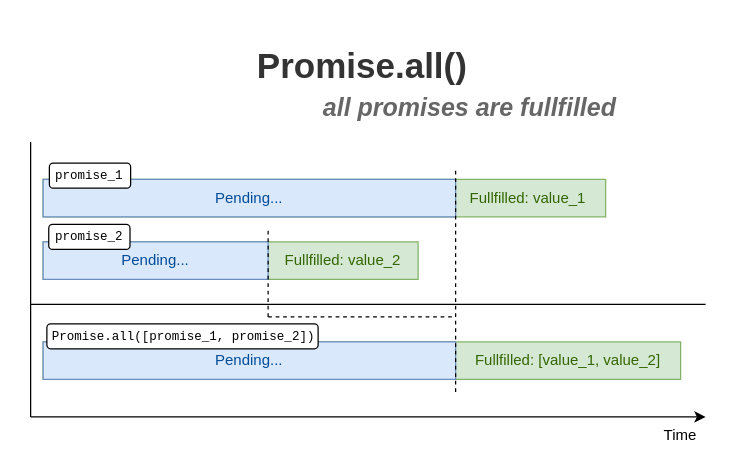
This is page "Resolved" (1 of 2) of content/posts/140-promise/diagrams/diagram.drawio from panzerdp/dmitripavlutin.com, a draw.io file, before an edit. Source tidied: cells renumbered, new cells numbered last; positions are measured from the earlier drawing's top-left corner, leaving out a move shared by most shapes. Both pictures are drawn from the tidied source at 125%, with x=0, y=0 at pixel (30, 21).
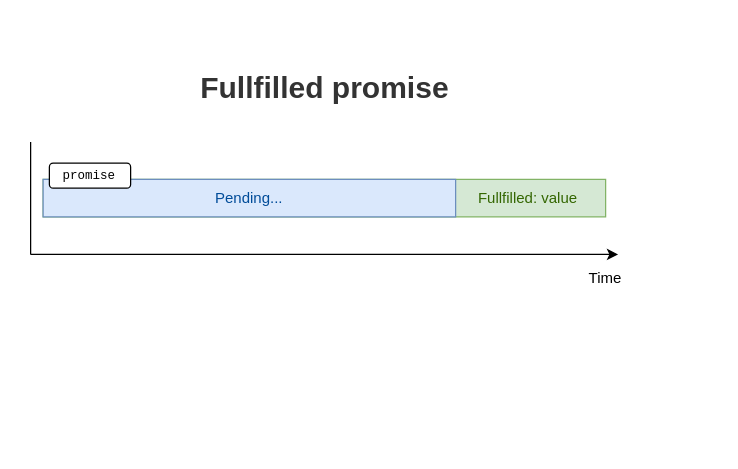
Above is the later version.

Commit message (it also covers changes not shown here):
Post promise: promise status pictures

Diff of the diagram source:
```diff
@@
-    <mxCell id="3" style="rounded=0;whiteSpace=wrap;html=1;fillColor=#d5e8d4;strokeColor=#82b366;" parent="1" vertex="1">
-      <mxGeometry x="10" y="176" width="300" height="30" as="geometry" />
-    </mxCell>
-    <mxCell id="4" value="Promise.all()" style="text;strokeColor=none;fillColor=none;html=1;fontSize=28;fontStyle=1;verticalAlign=middle;align=center;fontColor=#333333;" parent="1" vertex="1">
-      <mxGeometry x="150" width="230" height="70" as="geometry" />
+    <mxCell id="4" value="Fullfilled promise" style="text;strokeColor=none;fillColor=none;html=1;fontSize=24;fontStyle=1;verticalAlign=middle;align=center;fontColor=#333333;" parent="1" vertex="1">
+      <mxGeometry x="120" y="18" width="230" height="70" as="geometry" />
     </mxCell>
     <mxCell id="5" style="endArrow=classic;html=1;" parent="1" edge="1">
       <mxGeometry relative="1" as="geometry">
-        <mxPoint y="316" as="sourcePoint" />
-        <mxPoint x="540" y="316" as="targetPoint" />
+        <mxPoint y="186" as="sourcePoint" />
+        <mxPoint x="470" y="186" as="targetPoint" />
       </mxGeometry>
     </mxCell>
     <mxCell id="6" style="endArrow=none;html=1;" parent="1" edge="1">
       <mxGeometry relative="1" as="geometry">
-        <mxPoint y="316" as="sourcePoint" />
+        <mxPoint y="186" as="sourcePoint" />
         <mxPoint y="96" as="targetPoint" />
       </mxGeometry>
     </mxCell>
     <mxCell id="7" value="Time" style="text;html=1;strokeColor=none;fillColor=none;align=center;verticalAlign=middle;whiteSpace=wrap;rounded=0;" parent="1" vertex="1">
-      <mxGeometry x="500" y="321" width="40" height="20" as="geometry" />
+      <mxGeometry x="440" y="195" width="40" height="20" as="geometry" />
     </mxCell>
-    <mxCell id="8" style="endArrow=none;html=1;" parent="1" edge="1">
-      <mxGeometry relative="1" as="geometry">
-        <mxPoint y="226" as="sourcePoint" />
-        <mxPoint x="540" y="226" as="targetPoint" />
-      </mxGeometry>
-    </mxCell>
@@
-    <mxCell id="11" style="rounded=0;whiteSpace=wrap;html=1;fillColor=#dae8fc;strokeColor=#6c8ebf;" parent="1" vertex="1">
-      <mxGeometry x="10" y="176" width="180" height="30" as="geometry" />
-    </mxCell>
-    <mxCell id="12" value="Pending..." style="text;html=1;strokeColor=none;fillColor=none;align=center;verticalAlign=middle;whiteSpace=wrap;rounded=0;fontColor=#004C99;" parent="1" vertex="1">
-      <mxGeometry x="60" y="181" width="80" height="20" as="geometry" />
-    </mxCell>
-    <mxCell id="13" value="Fullfilled: value_2" style="text;html=1;strokeColor=none;fillColor=none;align=center;verticalAlign=middle;whiteSpace=wrap;rounded=0;fontColor=#336600;" parent="1" vertex="1">
-      <mxGeometry x="185" y="181" width="130" height="20" as="geometry" />
-    </mxCell>
-    <mxCell id="14" value="Fullfilled: value_1" style="text;html=1;strokeColor=none;fillColor=none;align=center;verticalAlign=middle;whiteSpace=wrap;rounded=0;fontColor=#336600;" parent="1" vertex="1">
+    <mxCell id="14" value="Fullfilled: value" style="text;html=1;strokeColor=none;fillColor=none;align=center;verticalAlign=middle;whiteSpace=wrap;rounded=0;fontColor=#336600;" parent="1" vertex="1">
       <mxGeometry x="333" y="131" width="130" height="20" as="geometry" />
     </mxCell>
-    <mxCell id="15" style="rounded=0;whiteSpace=wrap;html=1;fillColor=#d5e8d4;strokeColor=#82b366;" parent="1" vertex="1">
-      <mxGeometry x="10" y="256" width="510" height="30" as="geometry" />
-    </mxCell>
-    <mxCell id="16" style="rounded=0;whiteSpace=wrap;html=1;fillColor=#dae8fc;strokeColor=#6c8ebf;" parent="1" vertex="1">
-      <mxGeometry x="10" y="256" width="330" height="30" as="geometry" />
-    </mxCell>
-    <mxCell id="17" value="Pending..." style="text;html=1;strokeColor=none;fillColor=none;align=center;verticalAlign=middle;whiteSpace=wrap;rounded=0;fontColor=#004C99;" parent="1" vertex="1">
-      <mxGeometry x="135" y="261" width="80" height="20" as="geometry" />
-    </mxCell>
-    <mxCell id="18" value="Fullfilled: [value_1, value_2]" style="text;html=1;strokeColor=none;fillColor=none;align=center;verticalAlign=middle;whiteSpace=wrap;rounded=0;fontColor=#336600;" parent="1" vertex="1">
-      <mxGeometry x="350" y="261" width="160" height="20" as="geometry" />
-    </mxCell>
-    <mxCell id="19" style="endArrow=none;dashed=1;html=1;fontSize=16;fontColor=#336600;" parent="1" edge="1">
-      <mxGeometry relative="1" as="geometry">
-        <mxPoint x="340" y="296" as="sourcePoint" />
-        <mxPoint x="340" y="116" as="targetPoint" />
-      </mxGeometry>
-    </mxCell>
@@
-    <mxCell id="21" value="promise_1" style="text;html=1;strokeColor=none;fillColor=none;align=center;verticalAlign=middle;whiteSpace=wrap;rounded=0;fontSize=10;fontFamily=Courier New;" parent="1" vertex="1">
+    <mxCell id="21" value="promise" style="text;html=1;strokeColor=none;fillColor=none;align=center;verticalAlign=middle;whiteSpace=wrap;rounded=0;fontSize=10;fontFamily=Courier New;" parent="1" vertex="1">
       <mxGeometry x="21" y="113" width="52" height="20" as="geometry" />
     </mxCell>
-    <mxCell id="22" style="rounded=1;whiteSpace=wrap;html=1;labelBackgroundColor=#ffffff;fontFamily=Courier New;fontSize=23;fontColor=#666666;align=left;" parent="1" vertex="1">
-      <mxGeometry x="13" y="241.5" width="217" height="20" as="geometry" />
-    </mxCell>
-    <mxCell id="23" value="Promise.all([promise_1, promise_2])" style="text;html=1;strokeColor=none;fillColor=none;align=center;verticalAlign=middle;whiteSpace=wrap;rounded=0;fontSize=10;fontFamily=Courier New;" parent="1" vertex="1">
-      <mxGeometry x="15" y="241.5" width="215" height="20" as="geometry" />
-    </mxCell>
-    <mxCell id="24" style="rounded=1;whiteSpace=wrap;html=1;labelBackgroundColor=#ffffff;fontFamily=Courier New;fontSize=23;fontColor=#666666;align=left;" parent="1" vertex="1">
-      <mxGeometry x="14.5" y="162" width="65" height="20" as="geometry" />
-    </mxCell>
-    <mxCell id="25" value="promise_2" style="text;html=1;strokeColor=none;fillColor=none;align=center;verticalAlign=middle;whiteSpace=wrap;rounded=0;fontSize=10;fontFamily=Courier New;" parent="1" vertex="1">
-      <mxGeometry x="20.5" y="162" width="52" height="20" as="geometry" />
-    </mxCell>
-    <mxCell id="26" value="all promises are fullfilled" style="text;strokeColor=none;fillColor=none;html=1;fontSize=20;fontStyle=3;verticalAlign=middle;align=center;fontColor=#666666;" parent="1" vertex="1">
-      <mxGeometry x="236" y="33" width="230" height="70" as="geometry" />
-    </mxCell>
-    <mxCell id="27" style="endArrow=none;dashed=1;html=1;" parent="1" edge="1">
-      <mxGeometry relative="1" as="geometry">
-        <mxPoint x="190" y="236" as="sourcePoint" />
-        <mxPoint x="190" y="166" as="targetPoint" />
-      </mxGeometry>
-    </mxCell>
-    <mxCell id="28" style="endArrow=none;dashed=1;html=1;" parent="1" edge="1">
-      <mxGeometry relative="1" as="geometry">
-        <mxPoint x="190" y="236" as="sourcePoint" />
-        <mxPoint x="340" y="236" as="targetPoint" />
-      </mxGeometry>
-    </mxCell>
```
